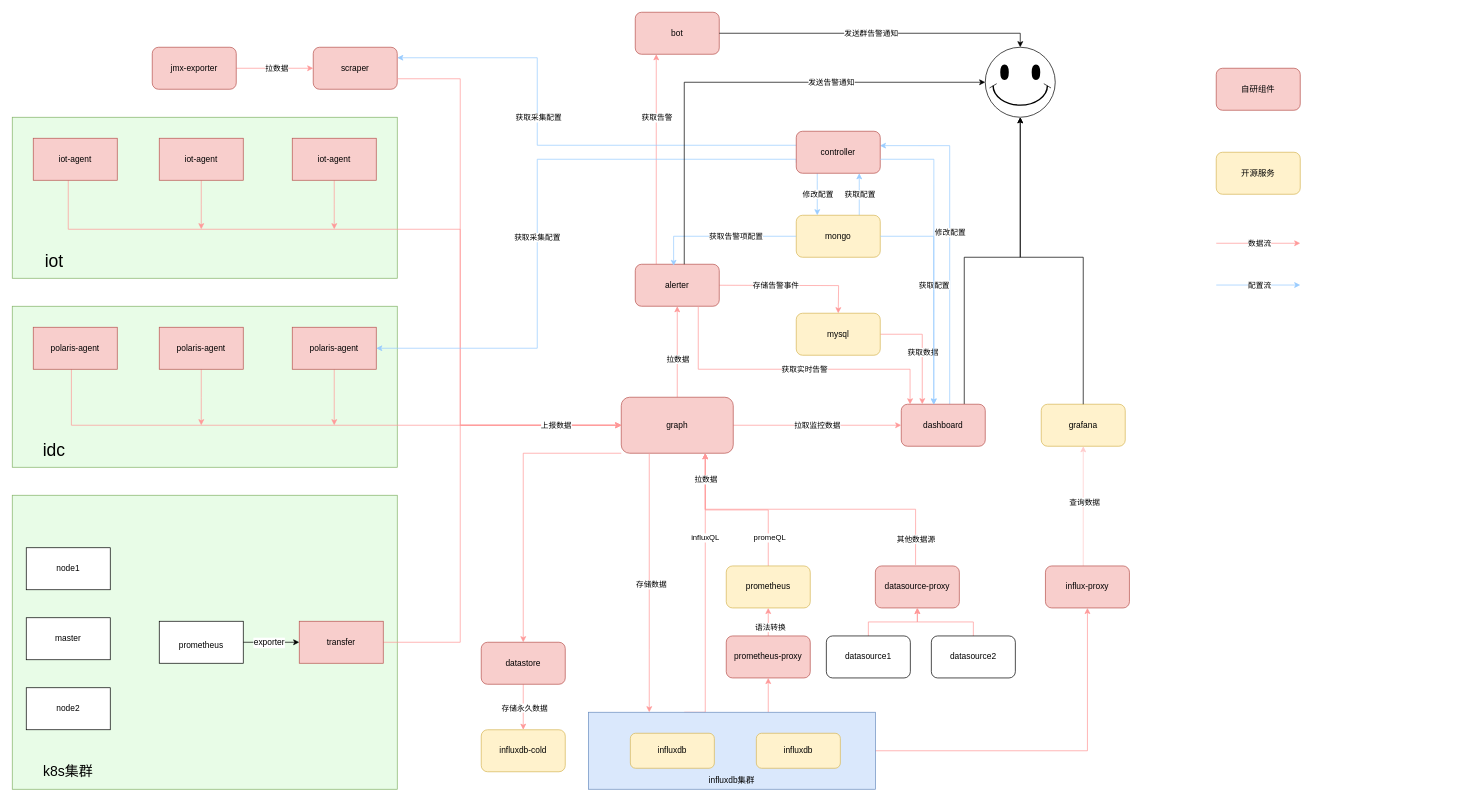
wupei-w/diagrams keeps this draw.io diagram as polaris框架.drawio. Above is the earlier version. Source tidied: cells renumbered, new cells numbered last; positions are measured from the earlier drawing's top-left corner, leaving out a move shared by most shapes. Both pictures are drawn from the tidied source at 70%, with x=0, y=0 at pixel (12, 12).
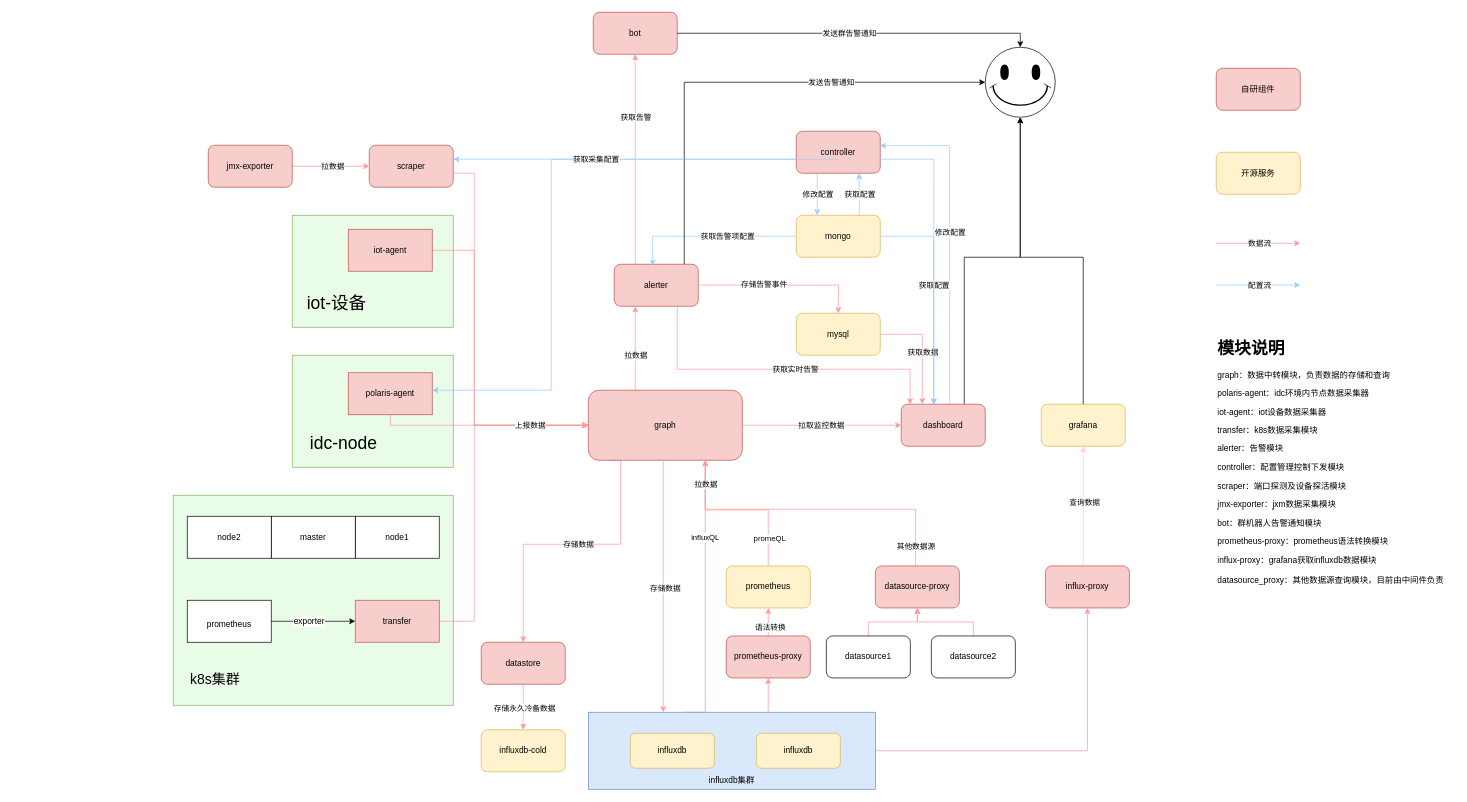
The same diagram, later.

The change refers to these unchanged cells:
```xml
<mxCell id="6" value="&lt;br&gt;&lt;br&gt;&lt;br&gt;&lt;br&gt;&lt;br&gt;&lt;br&gt;influxdb集群" style="rounded=0;whiteSpace=wrap;html=1;fillColor=#dae8fc;strokeColor=#6c8ebf;" parent="1" vertex="1">
  <mxGeometry x="823" y="1000" width="410" height="110" as="geometry" />
</mxCell>
<mxCell id="10" value="dashboard" style="rounded=1;whiteSpace=wrap;html=1;fillColor=#f8cecc;strokeColor=#b85450;" parent="1" vertex="1">
  <mxGeometry x="1270" y="560" width="120" height="60" as="geometry" />
</mxCell>
<mxCell id="31" value="datasource-proxy" style="rounded=1;whiteSpace=wrap;html=1;fillColor=#f8cecc;strokeColor=#b85450;" parent="1" vertex="1">
  <mxGeometry x="1233" y="791" width="120" height="60" as="geometry" />
</mxCell>
<mxCell id="88" value="controller" style="rounded=1;whiteSpace=wrap;html=1;fillColor=#f8cecc;strokeColor=#b85450;" parent="1" vertex="1">
  <mxGeometry x="1120" y="170" width="120" height="60" as="geometry" />
</mxCell>
<mxCell id="106" style="edgeStyle=orthogonalEdgeStyle;rounded=0;jettySize=auto;html=1;entryX=0.5;entryY=0;entryDx=0;entryDy=0;strokeColor=#FF9999;" parent="1" edge="1" source="108" target="105">
  <mxGeometry relative="1" as="geometry" />
</mxCell>
<mxCell id="108" value="datastore" style="rounded=1;whiteSpace=wrap;html=1;fillColor=#f8cecc;strokeColor=#b85450;" parent="1" vertex="1">
  <mxGeometry x="670" y="900" width="120" height="60" as="geometry" />
</mxCell>
```

The edit, as a diff of the source:
```diff
@@
+    <mxCell id="114" style="rounded=0;whiteSpace=wrap;html=1;direction=south;fillColor=#E8FCE7;strokeColor=#82b366;" parent="1" vertex="1">
+      <mxGeometry x="400" y="290" width="230" height="160" as="geometry" />
+    </mxCell>
@@
     <mxCell id="11" style="edgeStyle=orthogonalEdgeStyle;rounded=0;jettySize=auto;html=1;strokeColor=#FF9999;" parent="1" edge="1" source="16" target="21">
-      <mxGeometry relative="1" as="geometry" />
+      <mxGeometry relative="1" as="geometry">
+        <Array as="points">
+          <mxPoint x="890" y="500" />
+          <mxPoint x="890" y="500" />
+        </Array>
+      </mxGeometry>
     </mxCell>
@@
-    <mxCell id="15" style="edgeStyle=orthogonalEdgeStyle;rounded=0;jettySize=auto;html=1;exitX=0;exitY=1;exitDx=0;exitDy=0;entryX=0.5;entryY=0;entryDx=0;entryDy=0;strokeColor=#FF9999;" parent="1" edge="1" source="16" target="108">
+    <mxCell id="15" style="edgeStyle=orthogonalEdgeStyle;rounded=0;jettySize=auto;html=1;exitX=0.133;exitY=1.002;exitDx=0;exitDy=0;entryX=0.5;entryY=0;entryDx=0;entryDy=0;strokeColor=#FF9999;exitPerimeter=0;" parent="1" edge="1" source="16" target="108">
       <mxGeometry relative="1" as="geometry">
         <Array as="points">
-          <mxPoint x="730" y="630" />
+          <mxPoint x="869" y="760" />
+          <mxPoint x="730" y="760" />
         </Array>
       </mxGeometry>
     </mxCell>
+    <mxCell id="115" value="存储数据" style="edgeLabel;html=1;align=center;verticalAlign=middle;" parent="15" vertex="1">
+      <mxGeometry x="-0.05" relative="1" as="geometry" />
+    </mxCell>
     <mxCell id="16" value="graph" style="rounded=1;whiteSpace=wrap;html=1;fillColor=#f8cecc;strokeColor=#b85450;" parent="1" vertex="1">
-      <mxGeometry x="870" y="550" width="160" height="80" as="geometry" />
+      <mxGeometry x="823" y="540" width="220" height="100" as="geometry" />
     </mxCell>
-    <mxCell id="17" style="edgeStyle=orthogonalEdgeStyle;rounded=0;orthogonalLoop=1;jettySize=auto;html=1;entryX=0.25;entryY=0;entryDx=0;entryDy=0;strokeColor=#FF9999;" parent="1" edge="1">
+    <mxCell id="17" style="edgeStyle=orthogonalEdgeStyle;rounded=0;jettySize=auto;html=1;entryX=0.25;entryY=0;entryDx=0;entryDy=0;strokeColor=#FF9999;exitX=1.021;exitY=0.496;exitDx=0;exitDy=0;exitPerimeter=0;" parent="1" edge="1" source="21">
       <mxGeometry relative="1" as="geometry">
-        <mxPoint x="1010" y="390" as="sourcePoint" />
         <mxPoint x="1180" y="430" as="targetPoint" />
       </mxGeometry>
     </mxCell>
@@
-    <mxCell id="19" style="edgeStyle=orthogonalEdgeStyle;rounded=0;jettySize=auto;html=1;exitX=0.25;exitY=0;exitDx=0;exitDy=0;entryX=0.25;entryY=1;entryDx=0;entryDy=0;strokeColor=#FF9999;" parent="1" edge="1" source="21" target="111">
+    <mxCell id="19" style="edgeStyle=orthogonalEdgeStyle;rounded=0;jettySize=auto;html=1;exitX=0.25;exitY=0;exitDx=0;exitDy=0;entryX=0.5;entryY=1;entryDx=0;entryDy=0;strokeColor=#FF9999;" parent="1" edge="1" source="21" target="111">
       <mxGeometry relative="1" as="geometry" />
     </mxCell>
@@
     <mxCell id="21" value="alerter" style="rounded=1;whiteSpace=wrap;html=1;fillColor=#f8cecc;strokeColor=#b85450;" parent="1" vertex="1">
-      <mxGeometry x="890" y="360" width="120" height="60" as="geometry" />
+      <mxGeometry x="860" y="360" width="120" height="60" as="geometry" />
     </mxCell>
@@
-    <mxCell id="28" style="edgeStyle=orthogonalEdgeStyle;rounded=0;jettySize=auto;html=1;strokeColor=#FF9999;exitX=0.479;exitY=-0.024;exitDx=0;exitDy=0;exitPerimeter=0;" parent="1" edge="1" source="31">
+    <mxCell id="28" style="edgeStyle=orthogonalEdgeStyle;rounded=0;orthogonalLoop=1;jettySize=auto;html=1;strokeColor=#FF9999;exitX=0.479;exitY=-0.024;exitDx=0;exitDy=0;exitPerimeter=0;" parent="1" edge="1">
       <mxGeometry relative="1" as="geometry">
-        <mxPoint x="990" y="630" as="targetPoint" />
+        <mxPoint x="1290.5" y="799.6" as="sourcePoint" />
+        <mxPoint x="990" y="640" as="targetPoint" />
         <Array as="points">
-          <mxPoint x="1291" y="710" />
+          <mxPoint x="1290" y="710" />
           <mxPoint x="990" y="710" />
-          <mxPoint x="990" y="630" />
         </Array>
       </mxGeometry>
     </mxCell>
+    <mxCell id="30" value="其他数据源" style="edgeLabel;html=1;align=center;verticalAlign=middle;" parent="28" vertex="1">
+      <mxGeometry x="-0.84" relative="1" as="geometry" />
+    </mxCell>
     <mxCell id="29" value="拉数据" style="edgeLabel;html=1;align=center;verticalAlign=middle;" parent="28" vertex="1">
-      <mxGeometry x="0.84" relative="1" as="geometry" />
+      <mxGeometry x="0.85" relative="1" as="geometry" />
     </mxCell>
-    <mxCell id="30" value="其他数据源" style="edgeLabel;html=1;align=center;verticalAlign=middle;" parent="28" vertex="1">
-      <mxGeometry x="-0.84" relative="1" as="geometry" />
-    </mxCell>
@@
     <mxCell id="43" value="scraper" style="rounded=1;whiteSpace=wrap;html=1;fillColor=#f8cecc;strokeColor=#b85450;" parent="1" vertex="1">
-      <mxGeometry x="430" y="50" width="120" height="60" as="geometry" />
+      <mxGeometry x="510" y="190" width="120" height="60" as="geometry" />
     </mxCell>
@@
     <mxCell id="46" value="jmx-exporter" style="rounded=1;whiteSpace=wrap;html=1;fillColor=#f8cecc;strokeColor=#b85450;" parent="1" vertex="1">
-      <mxGeometry x="200" y="50" width="120" height="60" as="geometry" />
+      <mxGeometry x="280" y="190" width="120" height="60" as="geometry" />
     </mxCell>
     <mxCell id="47" style="rounded=0;whiteSpace=wrap;html=1;direction=south;fillColor=#E8FCE7;strokeColor=#82b366;" parent="1" vertex="1">
-      <mxGeometry y="690" width="550" height="420" as="geometry" />
+      <mxGeometry x="230" y="690" width="400" height="300" as="geometry" />
     </mxCell>
     <mxCell id="48" value="node1" style="rounded=0;whiteSpace=wrap;html=1;" parent="1" vertex="1">
-      <mxGeometry x="20" y="765" width="120" height="60" as="geometry" />
+      <mxGeometry x="490" y="720" width="120" height="60" as="geometry" />
     </mxCell>
     <mxCell id="49" value="master" style="rounded=0;whiteSpace=wrap;html=1;" parent="1" vertex="1">
-      <mxGeometry x="20" y="865" width="120" height="60" as="geometry" />
+      <mxGeometry x="370" y="720" width="120" height="60" as="geometry" />
     </mxCell>
     <mxCell id="50" value="node2" style="rounded=0;whiteSpace=wrap;html=1;" parent="1" vertex="1">
-      <mxGeometry x="20" y="965" width="120" height="60" as="geometry" />
+      <mxGeometry x="250" y="720" width="120" height="60" as="geometry" />
     </mxCell>
     <mxCell id="51" value="&lt;font style=&quot;font-size: 20px;&quot;&gt;k8s集群&lt;/font&gt;" style="text;html=1;strokeColor=none;fillColor=none;align=center;verticalAlign=middle;whiteSpace=wrap;rounded=0;" parent="1" vertex="1">
-      <mxGeometry x="30" y="1061" width="100" height="44" as="geometry" />
+      <mxGeometry x="240" y="930" width="100" height="44" as="geometry" />
     </mxCell>
     <mxCell id="52" value="&lt;font style=&quot;font-size: 12px;&quot;&gt;prometheus&lt;/font&gt;" style="rounded=0;whiteSpace=wrap;html=1;fontSize=20;" parent="1" vertex="1">
-      <mxGeometry x="210" y="870" width="120" height="60" as="geometry" />
+      <mxGeometry x="250" y="840" width="120" height="60" as="geometry" />
     </mxCell>
     <mxCell id="53" style="edgeStyle=orthogonalEdgeStyle;rounded=0;jettySize=auto;html=1;entryX=0;entryY=0.5;entryDx=0;entryDy=0;strokeColor=#FF9999;" parent="1" edge="1" source="54" target="16">
       <mxGeometry relative="1" as="geometry">
         <Array as="points">
-          <mxPoint x="640" y="900" />
-          <mxPoint x="640" y="590" />
+          <mxPoint x="660" y="870" />
+          <mxPoint x="660" y="590" />
         </Array>
       </mxGeometry>
     </mxCell>
     <mxCell id="54" value="transfer" style="rounded=0;whiteSpace=wrap;html=1;fillColor=#f8cecc;strokeColor=#b85450;" parent="1" vertex="1">
-      <mxGeometry x="410" y="870" width="120" height="60" as="geometry" />
+      <mxGeometry x="490" y="840" width="120" height="60" as="geometry" />
     </mxCell>
@@
     <mxCell id="63" style="rounded=0;whiteSpace=wrap;html=1;direction=south;fillColor=#E8FCE7;strokeColor=#82b366;" parent="1" vertex="1">
-      <mxGeometry y="420" width="550" height="230" as="geometry" />
+      <mxGeometry x="400" y="490" width="230" height="160" as="geometry" />
     </mxCell>
-    <mxCell id="64" value="&lt;font style=&quot;font-size: 25px;&quot;&gt;idc&lt;/font&gt;" style="text;strokeColor=none;align=center;fillColor=none;html=1;verticalAlign=middle;whiteSpace=wrap;rounded=0;" parent="1" vertex="1">
-      <mxGeometry x="30" y="610" width="60" height="30" as="geometry" />
+    <mxCell id="64" value="&lt;font style=&quot;font-size: 25px;&quot;&gt;idc-node&lt;/font&gt;" style="text;strokeColor=none;align=center;fillColor=none;html=1;verticalAlign=middle;whiteSpace=wrap;rounded=0;" parent="1" vertex="1">
+      <mxGeometry x="417" y="600" width="113" height="30" as="geometry" />
     </mxCell>
-    <mxCell id="65" style="edgeStyle=orthogonalEdgeStyle;rounded=0;orthogonalLoop=1;jettySize=auto;html=1;strokeColor=#FF9999;" parent="1" edge="1">
+    <mxCell id="65" style="edgeStyle=orthogonalEdgeStyle;rounded=0;jettySize=auto;html=1;strokeColor=#FF9999;exitX=0.5;exitY=1;exitDx=0;exitDy=0;entryX=0;entryY=0.5;entryDx=0;entryDy=0;" parent="1" edge="1" source="70" target="16">
       <mxGeometry relative="1" as="geometry">
-        <mxPoint x="84.5" y="490.6" as="sourcePoint" />
-        <mxPoint x="870" y="590" as="targetPoint" />
         <Array as="points">
-          <mxPoint x="84.5" y="589.6" />
+          <mxPoint x="540" y="590" />
         </Array>
       </mxGeometry>
     </mxCell>
-    <mxCell id="66" value="polaris-agent" style="rounded=0;whiteSpace=wrap;html=1;fillColor=#f8cecc;strokeColor=#b85450;" parent="1" vertex="1">
-      <mxGeometry x="30" y="450" width="120" height="60" as="geometry" />
-    </mxCell>
-    <mxCell id="67" style="edgeStyle=orthogonalEdgeStyle;rounded=0;jettySize=auto;html=1;strokeColor=#FF9999;" parent="1" edge="1" source="68">
-      <mxGeometry relative="1" as="geometry">
-        <mxPoint x="270" y="590" as="targetPoint" />
-      </mxGeometry>
-    </mxCell>
-    <mxCell id="68" value="polaris-agent" style="rounded=0;whiteSpace=wrap;html=1;fillColor=#f8cecc;strokeColor=#b85450;" parent="1" vertex="1">
-      <mxGeometry x="210" y="450" width="120" height="60" as="geometry" />
-    </mxCell>
-    <mxCell id="69" style="edgeStyle=orthogonalEdgeStyle;rounded=0;jettySize=auto;html=1;strokeColor=#FF9999;" parent="1" edge="1" source="70">
-      <mxGeometry relative="1" as="geometry">
-        <mxPoint x="460" y="590" as="targetPoint" />
-      </mxGeometry>
-    </mxCell>
     <mxCell id="70" value="polaris-agent" style="rounded=0;whiteSpace=wrap;html=1;fillColor=#f8cecc;strokeColor=#b85450;" parent="1" vertex="1">
-      <mxGeometry x="400" y="450" width="120" height="60" as="geometry" />
+      <mxGeometry x="480" y="515" width="120" height="60" as="geometry" />
     </mxCell>
@@
-    <mxCell id="72" style="rounded=0;whiteSpace=wrap;html=1;direction=south;fillColor=#E8FCE7;strokeColor=#82b366;" parent="1" vertex="1">
-      <mxGeometry y="150" width="550" height="230" as="geometry" />
-    </mxCell>
-    <mxCell id="73" value="&lt;font style=&quot;font-size: 25px;&quot;&gt;iot&lt;/font&gt;" style="text;strokeColor=none;align=center;fillColor=none;html=1;verticalAlign=middle;whiteSpace=wrap;rounded=0;" parent="1" vertex="1">
-      <mxGeometry x="30" y="340" width="60" height="30" as="geometry" />
+    <mxCell id="73" value="&lt;font style=&quot;font-size: 25px;&quot;&gt;iot-设备&lt;/font&gt;" style="text;strokeColor=none;align=center;fillColor=none;html=1;verticalAlign=middle;whiteSpace=wrap;rounded=0;" parent="1" vertex="1">
+      <mxGeometry x="417" y="400" width="93" height="30" as="geometry" />
     </mxCell>
-    <mxCell id="74" style="edgeStyle=orthogonalEdgeStyle;rounded=0;jettySize=auto;html=1;entryX=0;entryY=0.5;entryDx=0;entryDy=0;strokeColor=#FF9999;" parent="1" edge="1" source="75" target="16">
+    <mxCell id="74" style="edgeStyle=orthogonalEdgeStyle;rounded=0;jettySize=auto;html=1;entryX=0;entryY=0.5;entryDx=0;entryDy=0;strokeColor=#FF9999;exitX=1;exitY=0.5;exitDx=0;exitDy=0;" parent="1" edge="1" source="79" target="16">
       <mxGeometry relative="1" as="geometry">
         <Array as="points">
-          <mxPoint x="80" y="310" />
-          <mxPoint x="640" y="310" />
-          <mxPoint x="640" y="590" />
+          <mxPoint x="660" y="340" />
+          <mxPoint x="660" y="590" />
         </Array>
       </mxGeometry>
     </mxCell>
-    <mxCell id="75" value="iot-agent" style="rounded=0;whiteSpace=wrap;html=1;fillColor=#f8cecc;strokeColor=#b85450;" parent="1" vertex="1">
-      <mxGeometry x="30" y="180" width="120" height="60" as="geometry" />
-    </mxCell>
-    <mxCell id="76" style="edgeStyle=orthogonalEdgeStyle;rounded=0;jettySize=auto;html=1;strokeColor=#FF9999;" parent="1" edge="1" source="77">
-      <mxGeometry relative="1" as="geometry">
-        <mxPoint x="270" y="310" as="targetPoint" />
-      </mxGeometry>
-    </mxCell>
-    <mxCell id="77" value="iot-agent" style="rounded=0;whiteSpace=wrap;html=1;fillColor=#f8cecc;strokeColor=#b85450;" parent="1" vertex="1">
-      <mxGeometry x="210" y="180" width="120" height="60" as="geometry" />
-    </mxCell>
-    <mxCell id="78" style="edgeStyle=orthogonalEdgeStyle;rounded=0;jettySize=auto;html=1;strokeColor=#FF9999;" parent="1" edge="1" source="79">
-      <mxGeometry relative="1" as="geometry">
-        <mxPoint x="460" y="310" as="targetPoint" />
-      </mxGeometry>
-    </mxCell>
     <mxCell id="79" value="iot-agent" style="rounded=0;whiteSpace=wrap;html=1;fillColor=#f8cecc;strokeColor=#b85450;" parent="1" vertex="1">
-      <mxGeometry x="400" y="180" width="120" height="60" as="geometry" />
+      <mxGeometry x="480" y="310" width="120" height="60" as="geometry" />
     </mxCell>
-    <mxCell id="80" style="edgeStyle=orthogonalEdgeStyle;rounded=0;jettySize=auto;html=1;exitX=1;exitY=0.75;exitDx=0;exitDy=0;strokeColor=#FF9999;" parent="1" edge="1" source="43">
+    <mxCell id="80" style="edgeStyle=orthogonalEdgeStyle;rounded=0;jettySize=auto;html=1;strokeColor=#FF9999;" parent="1" edge="1" target="16">
       <mxGeometry relative="1" as="geometry">
-        <mxPoint x="870" y="590" as="targetPoint" />
+        <mxPoint x="630" y="230" as="sourcePoint" />
         <Array as="points">
-          <mxPoint x="640" y="95" />
-          <mxPoint x="640" y="590" />
+          <mxPoint x="660" y="230" />
+          <mxPoint x="660" y="590" />
         </Array>
       </mxGeometry>
     </mxCell>
     <mxCell id="81" value="上报数据" style="edgeLabel;html=1;align=center;verticalAlign=middle;" parent="80" vertex="1">
-      <mxGeometry x="0.77" relative="1" as="geometry" />
+      <mxGeometry x="0.77" relative="1" as="geometry">
+        <mxPoint x="-20" as="offset" />
+      </mxGeometry>
     </mxCell>
-    <mxCell id="82" style="edgeStyle=orthogonalEdgeStyle;rounded=0;jettySize=auto;html=1;entryX=1;entryY=0.25;entryDx=0;entryDy=0;strokeColor=#99CCFF;" parent="1" edge="1" source="88" target="43">
-      <mxGeometry relative="1" as="geometry">
-        <Array as="points">
-          <mxPoint x="750" y="190" />
-          <mxPoint x="750" y="65" />
-        </Array>
-      </mxGeometry>
-    </mxCell>
-    <mxCell id="83" value="获取采集配置" style="edgeLabel;html=1;align=center;verticalAlign=middle;" parent="82" vertex="1">
-      <mxGeometry x="0.18" y="-1" relative="1" as="geometry" />
-    </mxCell>
@@
-    <mxCell id="86" style="edgeStyle=orthogonalEdgeStyle;rounded=0;jettySize=auto;html=1;exitX=0;exitY=0.75;exitDx=0;exitDy=0;entryX=1;entryY=0.5;entryDx=0;entryDy=0;strokeColor=#99CCFF;" parent="1" edge="1" source="88" target="70">
+    <mxCell id="86" style="edgeStyle=orthogonalEdgeStyle;rounded=0;jettySize=auto;html=1;exitX=0;exitY=0.75;exitDx=0;exitDy=0;strokeColor=#99CCFF;" parent="1" edge="1" source="88" target="70">
       <mxGeometry relative="1" as="geometry">
         <Array as="points">
-          <mxPoint x="1120" y="210" />
-          <mxPoint x="750" y="210" />
-          <mxPoint x="750" y="480" />
+          <mxPoint x="1140" y="210" />
+          <mxPoint x="770" y="210" />
+          <mxPoint x="770" y="540" />
         </Array>
       </mxGeometry>
     </mxCell>
-    <mxCell id="87" value="获取采集配置" style="edgeLabel;html=1;align=center;verticalAlign=middle;" parent="86" vertex="1">
-      <mxGeometry x="0.11" y="-1" relative="1" as="geometry" />
-    </mxCell>
@@
     <mxCell id="91" style="edgeStyle=orthogonalEdgeStyle;rounded=0;jettySize=auto;html=1;entryX=0.105;entryY=0.002;entryDx=0;entryDy=0;entryPerimeter=0;strokeColor=#FF9999;" parent="1" edge="1" source="21" target="10">
       <mxGeometry relative="1" as="geometry">
         <Array as="points">
-          <mxPoint x="980" y="510" />
+          <mxPoint x="950" y="510" />
           <mxPoint x="1283" y="510" />
         </Array>
       </mxGeometry>
     </mxCell>
@@
-    <mxCell id="107" value="存储永久数据" style="edgeLabel;html=1;align=center;verticalAlign=middle;" parent="106" vertex="1">
+    <mxCell id="107" value="存储永久冷备数据" style="edgeLabel;html=1;align=center;verticalAlign=middle;" parent="106" vertex="1">
       <mxGeometry y="1" relative="1" as="geometry" />
     </mxCell>
@@
-    <mxCell id="109" style="edgeStyle=orthogonalEdgeStyle;rounded=0;jettySize=auto;html=1;exitX=0.25;exitY=1;exitDx=0;exitDy=0;strokeColor=#FF9999;" parent="1" edge="1" source="16" target="6">
+    <mxCell id="109" style="edgeStyle=orthogonalEdgeStyle;rounded=0;jettySize=auto;html=1;strokeColor=#FF9999;" parent="1" edge="1" target="6">
       <mxGeometry relative="1" as="geometry">
+        <mxPoint x="930" y="640" as="sourcePoint" />
         <Array as="points">
-          <mxPoint x="910" y="910" />
-          <mxPoint x="910" y="910" />
+          <mxPoint x="930" y="640" />
         </Array>
       </mxGeometry>
     </mxCell>
@@
     <mxCell id="111" value="bot" style="rounded=1;whiteSpace=wrap;html=1;fillColor=#f8cecc;strokeColor=#b85450;" parent="1" vertex="1">
-      <mxGeometry x="890" width="120" height="60" as="geometry" />
+      <mxGeometry x="830" width="120" height="60" as="geometry" />
     </mxCell>
@@
+    <mxCell id="116" style="edgeStyle=orthogonalEdgeStyle;rounded=0;orthogonalLoop=1;jettySize=auto;html=1;strokeColor=#99CCFF;" parent="1" edge="1">
+      <mxGeometry relative="1" as="geometry">
+        <mxPoint x="1180" y="210" as="sourcePoint" />
+        <mxPoint x="630" y="210" as="targetPoint" />
+        <Array as="points">
+          <mxPoint x="640" y="210" />
+        </Array>
+      </mxGeometry>
+    </mxCell>
+    <mxCell id="117" value="获取采集配置" style="edgeLabel;html=1;align=center;verticalAlign=middle;" parent="116" vertex="1">
+      <mxGeometry x="0.26" y="-1" relative="1" as="geometry" />
+    </mxCell>
+    <mxCell id="118" value="&lt;h1 style=&quot;margin-top: 0px;&quot;&gt;模块说明&lt;/h1&gt;&lt;p&gt;graph：数据中转模块，负责数据的存储和查询&lt;/p&gt;&lt;p&gt;polaris-agent：idc环境内节点数据采集器&lt;/p&gt;&lt;p&gt;iot-agent：iot设备数据采集器&lt;/p&gt;&lt;p&gt;transfer：k8s数据采集模块&lt;br&gt;&lt;/p&gt;&lt;p&gt;alerter：告警模块&lt;/p&gt;&lt;p&gt;controller：配置管理控制下发模块&lt;/p&gt;&lt;p&gt;scraper：端口探测及设备探活模块&lt;/p&gt;&lt;p&gt;jmx-exporter：jxm数据采集模块&lt;/p&gt;&lt;p&gt;&lt;span style=&quot;background-color: initial;&quot;&gt;bot：群机器人告警通知模块&lt;/span&gt;&lt;br&gt;&lt;/p&gt;&lt;p&gt;prometheus-proxy：prometheus语法转换模块&lt;/p&gt;&lt;div&gt;influx-proxy：grafana获取influxdb数据模块&lt;/div&gt;&lt;div&gt;&lt;br&gt;&lt;/div&gt;&lt;div&gt;datasource_proxy：其他数据源查询模块，目前由中间件负责&lt;/div&gt;&lt;div&gt;&lt;br&gt;&lt;/div&gt;&lt;div&gt;&lt;br&gt;&lt;/div&gt;&lt;div&gt;&lt;br&gt;&lt;/div&gt;&lt;p&gt;&lt;br&gt;&lt;/p&gt;&lt;p&gt;&lt;br&gt;&lt;/p&gt;" style="text;html=1;whiteSpace=wrap;overflow=hidden;rounded=0;" parent="1" vertex="1">
+      <mxGeometry x="1720" y="460" width="340" height="380" as="geometry" />
+    </mxCell>
```
